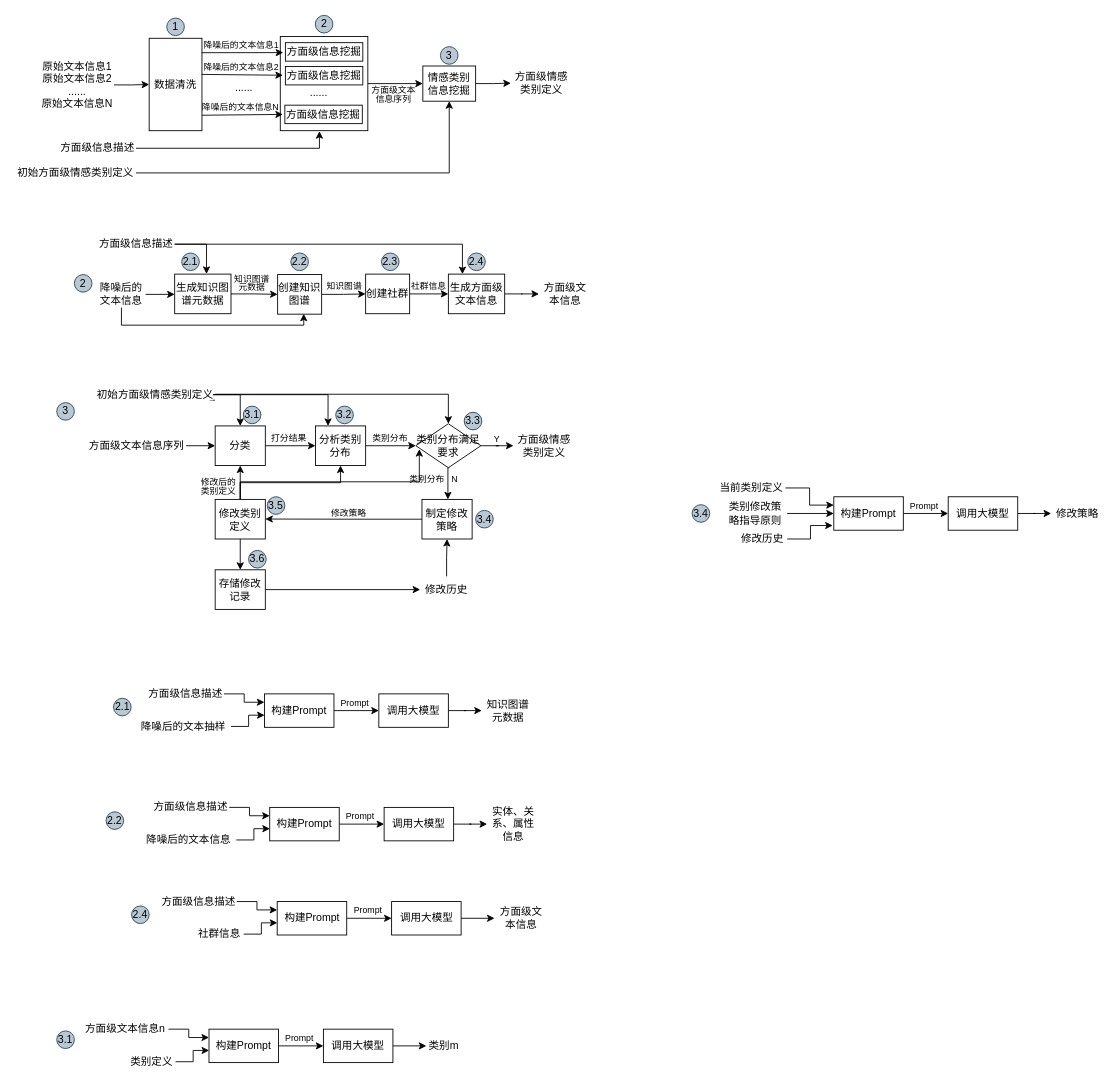
Above: patent-基于大模型的方面级文本情感挖掘.drawio in CindyZX/drawio_figures (draw.io), before the change. Source tidied: cells renumbered, new cells numbered last; positions are measured from the earlier drawing's top-left corner, leaving out a move shared by most shapes. Both pictures are drawn from the tidied source at 88%, with x=0, y=0 at pixel (15, 15).
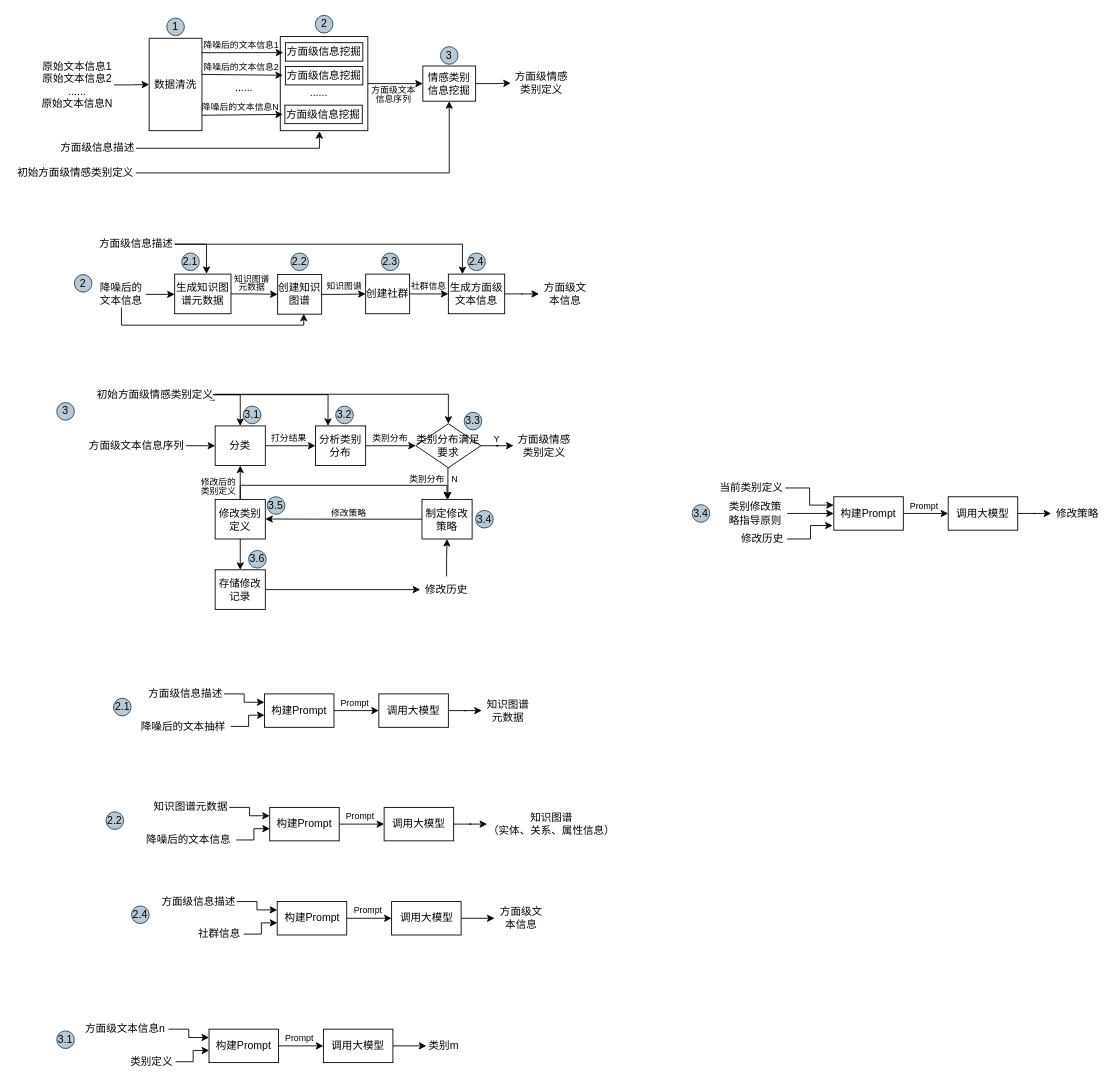
After the change.

Commit message:
更新patent-基于大模型的方面级文本情感挖掘.drawio

The change refers to these unchanged cells:
```xml
<mxCell id="41" value="分析类别分布" style="rounded=0;whiteSpace=wrap;html=1;" parent="1" vertex="1">
  <mxGeometry x="341" y="466.5" width="57" height="45" as="geometry" />
</mxCell>
<mxCell id="44" value="类别分布满足要求" style="rhombus;whiteSpace=wrap;html=1;" parent="1" vertex="1">
  <mxGeometry x="455" y="464" width="74" height="50" as="geometry" />
</mxCell>
<mxCell id="47" value="制定修改策略" style="rounded=0;whiteSpace=wrap;html=1;" parent="1" vertex="1">
  <mxGeometry x="462" y="550" width="57" height="45" as="geometry" />
</mxCell>
<mxCell id="51" value="修改类别定义" style="rounded=0;whiteSpace=wrap;html=1;" parent="1" vertex="1">
  <mxGeometry x="227" y="550" width="57" height="45" as="geometry" />
</mxCell>
```

The edit, as a diff of the source:
```diff
@@
-    <mxCell id="50" style="edgeStyle=orthogonalEdgeStyle;rounded=0;jettySize=auto;html=1;exitX=0.5;exitY=0;exitDx=0;exitDy=0;entryX=0.5;entryY=1;entryDx=0;entryDy=0;" parent="1" edge="1" source="51" target="41">
-      <mxGeometry relative="1" as="geometry">
-        <Array as="points">
-          <mxPoint x="256" y="531" />
-          <mxPoint x="370" y="531" />
-        </Array>
-      </mxGeometry>
-    </mxCell>
+    <mxCell id="148" style="edgeStyle=orthogonalEdgeStyle;rounded=0;jettySize=auto;html=1;exitX=0.5;exitY=0;exitDx=0;exitDy=0;entryX=0.5;entryY=0;entryDx=0;entryDy=0;" parent="1" edge="1" source="51" target="47">
+      <mxGeometry relative="1" as="geometry">
+        <Array as="points">
+          <mxPoint x="256" y="534" />
+          <mxPoint x="490" y="534" />
+        </Array>
+      </mxGeometry>
+    </mxCell>
@@
-    <mxCell id="99" value="方面级信息描述" style="text;html=1;align=center;verticalAlign=middle;whiteSpace=wrap;rounded=0;" parent="1" vertex="1">
+    <mxCell id="99" value="知识图谱元数据" style="text;html=1;align=center;verticalAlign=middle;whiteSpace=wrap;rounded=0;" parent="1" vertex="1">
       <mxGeometry x="156" y="885" width="87" height="30" as="geometry" />
     </mxCell>
@@
-    <mxCell id="103" value="实体、关系、属性信息" style="text;html=1;align=center;verticalAlign=middle;whiteSpace=wrap;rounded=0;" parent="1" vertex="1">
-      <mxGeometry x="536" y="904" width="60" height="30" as="geometry" />
+    <mxCell id="103" value="知识图谱&lt;div&gt;（实体、关系、属性信息）&lt;/div&gt;" style="text;html=1;align=center;verticalAlign=middle;whiteSpace=wrap;rounded=0;" parent="1" vertex="1">
+      <mxGeometry x="536" y="904" width="147" height="30" as="geometry" />
     </mxCell>
@@
-    <mxCell id="133" style="edgeStyle=orthogonalEdgeStyle;rounded=0;jettySize=auto;html=1;exitX=0.5;exitY=0;exitDx=0;exitDy=0;entryX=0.054;entryY=0.577;entryDx=0;entryDy=0;entryPerimeter=0;" parent="1" edge="1" source="51" target="44">
-      <mxGeometry relative="1" as="geometry">
-        <Array as="points">
-          <mxPoint x="256" y="530" />
-          <mxPoint x="459" y="530" />
-        </Array>
-      </mxGeometry>
-    </mxCell>
```
